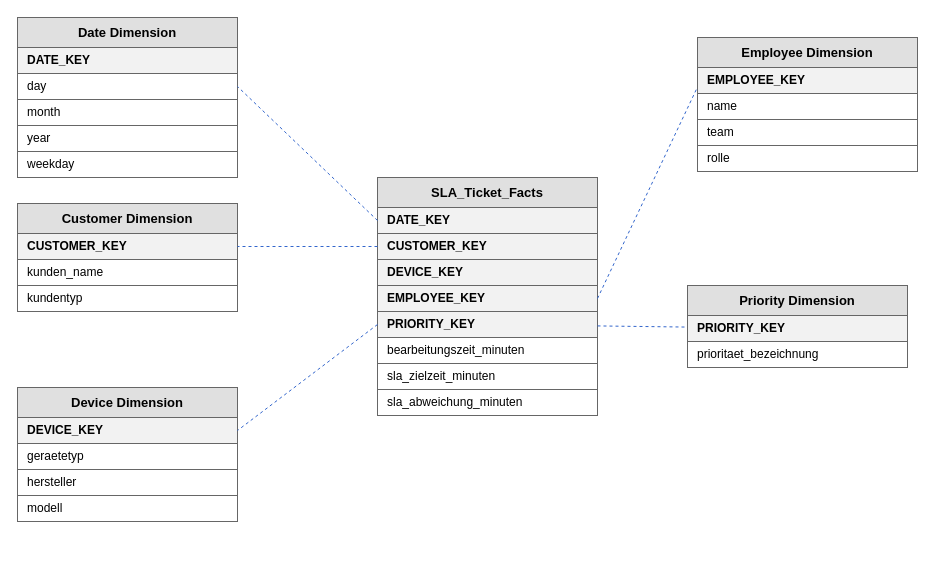
The draw.io diagram page "Star Schema - SLA Einhaltung" (1 of 2) of Dokumentation/star_schema_dwh.drawio in IchbinsTil/DVS, before the edit. Source tidied: cells renumbered, new cells numbered last; positions are measured from the earlier drawing's top-left corner, leaving out a move shared by most shapes. Both pictures are drawn from the tidied source at 100%, with x=0, y=0 at pixel (17, 17).
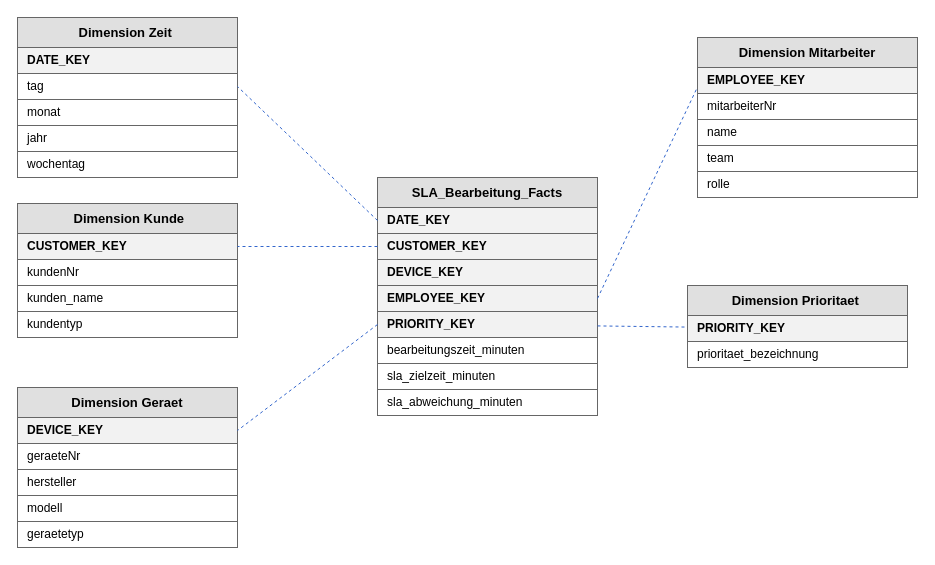
After the change.

Change to the diagram source:
```diff
@@
-    <mxCell id="2" value="SLA_Ticket_Facts" style="rounded=0;whiteSpace=wrap;html=1;fillColor=#e0e0e0;strokeColor=#666666;fontStyle=1;fontSize=13;align=center;verticalAlign=middle;" parent="1" vertex="1">
+    <mxCell id="2" value="SLA_Bearbeitung_Facts" style="rounded=0;whiteSpace=wrap;html=1;fillColor=#e0e0e0;strokeColor=#666666;fontStyle=1;fontSize=13;align=center;verticalAlign=middle;" parent="1" vertex="1">
       <mxGeometry x="360" y="160" width="220" height="30" as="geometry" />
     </mxCell>
@@
-    <mxCell id="11" value="Date Dimension" style="rounded=0;whiteSpace=wrap;html=1;fillColor=#e0e0e0;strokeColor=#666666;fontStyle=1;fontSize=13;align=center;verticalAlign=middle;" parent="1" vertex="1">
+    <mxCell id="11" value="Dimension Zeit&amp;nbsp;" style="rounded=0;whiteSpace=wrap;html=1;fillColor=#e0e0e0;strokeColor=#666666;fontStyle=1;fontSize=13;align=center;verticalAlign=middle;" parent="1" vertex="1">
       <mxGeometry width="220" height="30" as="geometry" />
     </mxCell>
@@
-    <mxCell id="13" value="day" style="rounded=0;whiteSpace=wrap;html=1;fillColor=#ffffff;strokeColor=#666666;fontSize=12;align=left;spacingLeft=8;" parent="1" vertex="1">
+    <mxCell id="13" value="tag" style="rounded=0;whiteSpace=wrap;html=1;fillColor=#ffffff;strokeColor=#666666;fontSize=12;align=left;spacingLeft=8;" parent="1" vertex="1">
       <mxGeometry y="56" width="220" height="26" as="geometry" />
     </mxCell>
-    <mxCell id="14" value="month" style="rounded=0;whiteSpace=wrap;html=1;fillColor=#ffffff;strokeColor=#666666;fontSize=12;align=left;spacingLeft=8;" parent="1" vertex="1">
+    <mxCell id="14" value="monat" style="rounded=0;whiteSpace=wrap;html=1;fillColor=#ffffff;strokeColor=#666666;fontSize=12;align=left;spacingLeft=8;" parent="1" vertex="1">
       <mxGeometry y="82" width="220" height="26" as="geometry" />
     </mxCell>
-    <mxCell id="15" value="year" style="rounded=0;whiteSpace=wrap;html=1;fillColor=#ffffff;strokeColor=#666666;fontSize=12;align=left;spacingLeft=8;" parent="1" vertex="1">
+    <mxCell id="15" value="jahr" style="rounded=0;whiteSpace=wrap;html=1;fillColor=#ffffff;strokeColor=#666666;fontSize=12;align=left;spacingLeft=8;" parent="1" vertex="1">
       <mxGeometry y="108" width="220" height="26" as="geometry" />
     </mxCell>
-    <mxCell id="16" value="weekday" style="rounded=0;whiteSpace=wrap;html=1;fillColor=#ffffff;strokeColor=#666666;fontSize=12;align=left;spacingLeft=8;" parent="1" vertex="1">
+    <mxCell id="16" value="wochentag" style="rounded=0;whiteSpace=wrap;html=1;fillColor=#ffffff;strokeColor=#666666;fontSize=12;align=left;spacingLeft=8;" parent="1" vertex="1">
       <mxGeometry y="134" width="220" height="26" as="geometry" />
     </mxCell>
-    <mxCell id="17" value="Customer Dimension" style="rounded=0;whiteSpace=wrap;html=1;fillColor=#e0e0e0;strokeColor=#666666;fontStyle=1;fontSize=13;align=center;verticalAlign=middle;" parent="1" vertex="1">
+    <mxCell id="17" value="&amp;nbsp;Dimension Kunde" style="rounded=0;whiteSpace=wrap;html=1;fillColor=#e0e0e0;strokeColor=#666666;fontStyle=1;fontSize=13;align=center;verticalAlign=middle;" parent="1" vertex="1">
       <mxGeometry y="186" width="220" height="30" as="geometry" />
     </mxCell>
@@
     <mxCell id="19" value="kunden_name" style="rounded=0;whiteSpace=wrap;html=1;fillColor=#ffffff;strokeColor=#666666;fontSize=12;align=left;spacingLeft=8;" parent="1" vertex="1">
-      <mxGeometry y="242" width="220" height="26" as="geometry" />
+      <mxGeometry y="268" width="220" height="26" as="geometry" />
     </mxCell>
     <mxCell id="20" value="kundentyp" style="rounded=0;whiteSpace=wrap;html=1;fillColor=#ffffff;strokeColor=#666666;fontSize=12;align=left;spacingLeft=8;" parent="1" vertex="1">
-      <mxGeometry y="268" width="220" height="26" as="geometry" />
+      <mxGeometry y="294" width="220" height="26" as="geometry" />
     </mxCell>
-    <mxCell id="21" value="Device Dimension" style="rounded=0;whiteSpace=wrap;html=1;fillColor=#e0e0e0;strokeColor=#666666;fontStyle=1;fontSize=13;align=center;verticalAlign=middle;" parent="1" vertex="1">
+    <mxCell id="21" value="&amp;nbsp;Dimension Geraet&amp;nbsp;" style="rounded=0;whiteSpace=wrap;html=1;fillColor=#e0e0e0;strokeColor=#666666;fontStyle=1;fontSize=13;align=center;verticalAlign=middle;" parent="1" vertex="1">
       <mxGeometry y="370" width="220" height="30" as="geometry" />
     </mxCell>
@@
-    <mxCell id="23" value="geraetetyp" style="rounded=0;whiteSpace=wrap;html=1;fillColor=#ffffff;strokeColor=#666666;fontSize=12;align=left;spacingLeft=8;" parent="1" vertex="1">
+    <mxCell id="23" value="geraeteNr" style="rounded=0;whiteSpace=wrap;html=1;fillColor=#ffffff;strokeColor=#666666;fontSize=12;align=left;spacingLeft=8;" parent="1" vertex="1">
       <mxGeometry y="426" width="220" height="26" as="geometry" />
     </mxCell>
@@
-    <mxCell id="26" value="Employee Dimension" style="rounded=0;whiteSpace=wrap;html=1;fillColor=#e0e0e0;strokeColor=#666666;fontStyle=1;fontSize=13;align=center;verticalAlign=middle;" parent="1" vertex="1">
+    <mxCell id="26" value="Dimension Mitarbeiter" style="rounded=0;whiteSpace=wrap;html=1;fillColor=#e0e0e0;strokeColor=#666666;fontStyle=1;fontSize=13;align=center;verticalAlign=middle;" parent="1" vertex="1">
       <mxGeometry x="680" y="20" width="220" height="30" as="geometry" />
     </mxCell>
@@
     <mxCell id="28" value="name" style="rounded=0;whiteSpace=wrap;html=1;fillColor=#ffffff;strokeColor=#666666;fontSize=12;align=left;spacingLeft=8;" parent="1" vertex="1">
-      <mxGeometry x="680" y="76" width="220" height="26" as="geometry" />
+      <mxGeometry x="680" y="102" width="220" height="26" as="geometry" />
     </mxCell>
     <mxCell id="29" value="team" style="rounded=0;whiteSpace=wrap;html=1;fillColor=#ffffff;strokeColor=#666666;fontSize=12;align=left;spacingLeft=8;" parent="1" vertex="1">
-      <mxGeometry x="680" y="102" width="220" height="26" as="geometry" />
+      <mxGeometry x="680" y="128" width="220" height="26" as="geometry" />
     </mxCell>
     <mxCell id="30" value="rolle" style="rounded=0;whiteSpace=wrap;html=1;fillColor=#ffffff;strokeColor=#666666;fontSize=12;align=left;spacingLeft=8;" parent="1" vertex="1">
-      <mxGeometry x="680" y="128" width="220" height="26" as="geometry" />
+      <mxGeometry x="680" y="154" width="220" height="26" as="geometry" />
     </mxCell>
-    <mxCell id="31" value="Priority Dimension" style="rounded=0;whiteSpace=wrap;html=1;fillColor=#e0e0e0;strokeColor=#666666;fontStyle=1;fontSize=13;align=center;verticalAlign=middle;" parent="1" vertex="1">
+    <mxCell id="31" value="Dimension Prioritaet&amp;nbsp;" style="rounded=0;whiteSpace=wrap;html=1;fillColor=#e0e0e0;strokeColor=#666666;fontStyle=1;fontSize=13;align=center;verticalAlign=middle;" parent="1" vertex="1">
       <mxGeometry x="670" y="268" width="220" height="30" as="geometry" />
     </mxCell>
@@
+    <mxCell id="39" value="geraetetyp" style="rounded=0;whiteSpace=wrap;html=1;fillColor=#ffffff;strokeColor=#666666;fontSize=12;align=left;spacingLeft=8;" parent="1" vertex="1">
+      <mxGeometry y="504" width="220" height="26" as="geometry" />
+    </mxCell>
+    <mxCell id="40" value="mitarbeiterNr" style="rounded=0;whiteSpace=wrap;html=1;fillColor=#ffffff;strokeColor=#666666;fontSize=12;align=left;spacingLeft=8;" parent="1" vertex="1">
+      <mxGeometry x="680" y="76" width="220" height="26" as="geometry" />
+    </mxCell>
+    <mxCell id="41" value="kundenNr" style="rounded=0;whiteSpace=wrap;html=1;fillColor=#ffffff;strokeColor=#666666;fontSize=12;align=left;spacingLeft=8;" parent="1" vertex="1">
+      <mxGeometry y="242" width="220" height="26" as="geometry" />
+    </mxCell>
```
